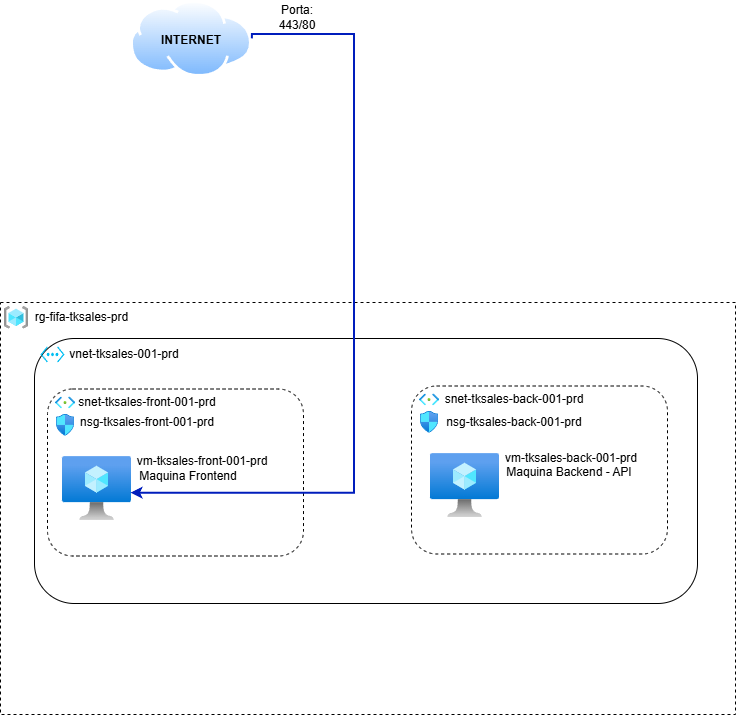
Before: Arquitetura Projeto/Arquitetura Copa do Mundo Azure TFTEC 2026.drawio.png, a diagram exported from draw.io (Passos-Gabriel/Copa-Azure-TFTEC-2026). Source tidied: cells renumbered, new cells last; positions are measured from the earlier drawing's top-left corner, leaving out a move shared by most shapes. The source it was exported from:
```xml
<mxGraphModel>
  <root>
    <mxCell id="0" />
    <mxCell id="1" parent="0" />
    <mxCell id="2" style="rounded=0;whiteSpace=wrap;html=1;dashed=1;fillColor=light-dark(#FFFFFF,transparent);" parent="1" vertex="1">
      <mxGeometry y="302" width="735" height="412" as="geometry" />
    </mxCell>
    <mxCell id="3" style="rounded=1;whiteSpace=wrap;html=1;fillColor=light-dark(#FFFFFF,transparent);" parent="1" vertex="1">
      <mxGeometry x="34" y="338" width="663" height="265" as="geometry" />
    </mxCell>
    <mxCell id="4" style="rounded=1;whiteSpace=wrap;html=1;dashed=1;fillColor=light-dark(#FFFFFF,transparent);" parent="1" vertex="1">
      <mxGeometry x="47" y="388.5" width="256" height="167" as="geometry" />
    </mxCell>
    <mxCell id="5" style="verticalLabelPosition=bottom;html=1;verticalAlign=top;align=center;strokeColor=none;fillColor=#00BEF2;shape=mxgraph.azure.virtual_network;" parent="1" vertex="1">
      <mxGeometry x="40" y="346" width="24" height="16" as="geometry" />
    </mxCell>
    <mxCell id="6" style="image;html=1;align=center;fontSize=12;image=img/lib/azure2/networking/Subnet.svg;" parent="1" vertex="1">
      <mxGeometry x="55" y="396.5" width="20" height="12" as="geometry" />
    </mxCell>
    <mxCell id="7" style="image;html=1;align=center;fontSize=12;image=img/lib/azure2/general/Resource_Groups.svg;" parent="1" vertex="1">
      <mxGeometry x="4" y="306" width="24" height="22.6" as="geometry" />
    </mxCell>
    <mxCell id="8" value="rg-fifa-tksales-prd" style="text;html=1;whiteSpace=wrap;strokeColor=none;fillColor=none;align=center;verticalAlign=middle;rounded=0;" parent="1" vertex="1">
      <mxGeometry x="16" y="311.4" width="131" height="11.7" as="geometry" />
    </mxCell>
    <mxCell id="9" value="vnet-tksales-001-prd" style="text;html=1;whiteSpace=wrap;strokeColor=none;fillColor=none;align=center;verticalAlign=middle;rounded=0;" parent="1" vertex="1">
      <mxGeometry x="52" y="348.5" width="144" height="11" as="geometry" />
    </mxCell>
    <mxCell id="10" value="snet-tksales-front-001-prd" style="text;html=1;whiteSpace=wrap;strokeColor=none;fillColor=none;align=center;verticalAlign=middle;rounded=0;" parent="1" vertex="1">
      <mxGeometry x="75" y="396.5" width="144" height="11" as="geometry" />
    </mxCell>
    <mxCell id="11" style="rounded=1;whiteSpace=wrap;html=1;dashed=1;fillColor=light-dark(#FFFFFF,transparent);" parent="1" vertex="1">
      <mxGeometry x="411" y="385.5" width="256" height="168" as="geometry" />
    </mxCell>
    <mxCell id="12" style="image;html=1;align=center;fontSize=12;image=img/lib/azure2/networking/Subnet.svg;" parent="1" vertex="1">
      <mxGeometry x="419" y="393.5" width="20" height="12" as="geometry" />
    </mxCell>
    <mxCell id="13" value="snet-tksales-back-001-prd" style="text;html=1;whiteSpace=wrap;strokeColor=none;fillColor=none;align=center;verticalAlign=middle;rounded=0;" parent="1" vertex="1">
      <mxGeometry x="442" y="393.5" width="144" height="11" as="geometry" />
    </mxCell>
    <mxCell id="14" style="image;html=1;points=[];align=center;fontSize=12;image=img/lib/azure2/compute/Virtual_Machine.svg;" parent="1" vertex="1">
      <mxGeometry x="62" y="456" width="69" height="64" as="geometry" />
    </mxCell>
    <mxCell id="15" style="image;html=1;align=center;fontSize=12;image=img/lib/azure2/compute/Virtual_Machine.svg;" parent="1" vertex="1">
      <mxGeometry x="430" y="453" width="69" height="64" as="geometry" />
    </mxCell>
    <mxCell id="16" value="vm-tksales-front-001-prd" style="text;html=1;whiteSpace=wrap;strokeColor=none;fillColor=none;align=center;verticalAlign=middle;rounded=0;" parent="1" vertex="1">
      <mxGeometry x="130" y="455" width="144" height="11" as="geometry" />
    </mxCell>
    <mxCell id="17" value="vm-tksales-back-001-prd" style="text;html=1;whiteSpace=wrap;strokeColor=none;fillColor=none;align=center;verticalAlign=middle;rounded=0;" parent="1" vertex="1">
      <mxGeometry x="499" y="453" width="144" height="11" as="geometry" />
    </mxCell>
    <mxCell id="18" value="&lt;font style=&quot;color: light-dark(rgb(0, 0, 0), rgb(255, 217, 102));&quot;&gt;Maquina Frontend&lt;/font&gt;" style="text;html=1;whiteSpace=wrap;strokeColor=none;fillColor=none;align=center;verticalAlign=middle;rounded=0;" parent="1" vertex="1">
      <mxGeometry x="116" y="470" width="144" height="11" as="geometry" />
    </mxCell>
    <mxCell id="19" value="&lt;font style=&quot;&quot;&gt;Maquina Backend - API&lt;/font&gt;" style="text;html=1;whiteSpace=wrap;strokeColor=none;fillColor=none;align=center;verticalAlign=middle;rounded=0;fontColor=light-dark(#000000,#B3FF66);" parent="1" vertex="1">
      <mxGeometry x="497" y="466" width="144" height="11" as="geometry" />
    </mxCell>
    <mxCell id="20" style="image;html=1;align=center;fontSize=12;image=img/lib/azure2/networking/Network_Security_Groups.svg;" parent="1" vertex="1">
      <mxGeometry x="56" y="414" width="18" height="21.9" as="geometry" />
    </mxCell>
    <mxCell id="21" value="nsg-tksales-front-001-prd" style="text;html=1;whiteSpace=wrap;strokeColor=none;fillColor=none;align=center;verticalAlign=middle;rounded=0;fontColor=light-dark(#000000,#FFFFCC);" parent="1" vertex="1">
      <mxGeometry x="75" y="416.4" width="144" height="11" as="geometry" />
    </mxCell>
    <mxCell id="22" value="nsg-tksales-back-001-prd" style="text;html=1;whiteSpace=wrap;strokeColor=none;fillColor=none;align=center;verticalAlign=middle;rounded=0;fontColor=light-dark(#000000,#FFFFCC);" parent="1" vertex="1">
      <mxGeometry x="442" y="416.4" width="144" height="11" as="geometry" />
    </mxCell>
    <mxCell id="23" style="image;html=1;align=center;fontSize=12;image=img/lib/azure2/networking/Network_Security_Groups.svg;" parent="1" vertex="1">
      <mxGeometry x="420" y="411" width="18" height="21.9" as="geometry" />
    </mxCell>
    <mxCell id="24" style="image;perimeter=ellipsePerimeter;html=1;align=center;shadow=0;dashed=0;spacingTop=3;image=img/lib/active_directory/internet_cloud.svg;" parent="1" vertex="1">
      <mxGeometry x="130" width="121.9" height="76.8" as="geometry" />
    </mxCell>
    <mxCell id="25" value="&lt;font style=&quot;color: light-dark(rgb(0, 0, 0), rgb(0, 0, 0));&quot;&gt;INTERNET&lt;/font&gt;" style="text;html=1;whiteSpace=wrap;strokeColor=none;fillColor=none;align=center;verticalAlign=middle;rounded=0;fontStyle=1;" parent="1" vertex="1">
      <mxGeometry x="160.9" y="25" width="60" height="30" as="geometry" />
    </mxCell>
    <mxCell id="26" style="edgeStyle=orthogonalEdgeStyle;rounded=0;jettySize=auto;html=1;exitX=1;exitY=0.5;exitDx=0;exitDy=0;entryX=0.993;entryY=0.573;entryDx=0;entryDy=0;entryPerimeter=0;fillColor=#0050ef;strokeColor=light-dark(#001DBC,#66B2FF);strokeWidth=2;" parent="1" edge="1" source="24" target="14">
      <mxGeometry relative="1" as="geometry">
        <Array as="points">
          <mxPoint x="354" y="34" />
          <mxPoint x="354" y="493" />
        </Array>
      </mxGeometry>
    </mxCell>
    <mxCell id="27" value="Porta: 443/80" style="text;html=1;whiteSpace=wrap;strokeColor=none;fillColor=none;align=center;verticalAlign=middle;rounded=0;" parent="1" vertex="1">
      <mxGeometry x="267" y="2" width="60" height="30" as="geometry" />
    </mxCell>
  </root>
</mxGraphModel>
```
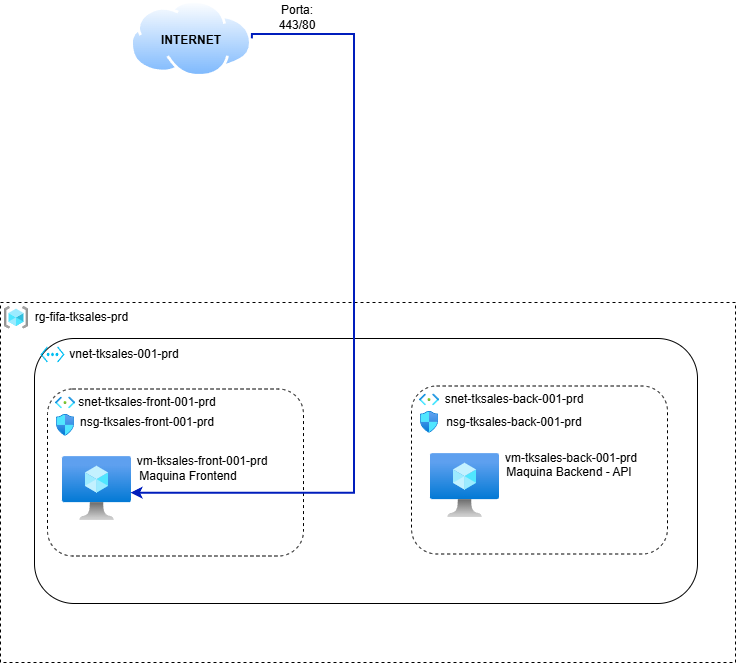
Later version of the same file.

The edit, as a diff of the source:
```diff
@@ -2,8 +2,8 @@
   <root>
     <mxCell id="0" />
     <mxCell id="1" parent="0" />
-    <mxCell id="2" style="rounded=0;whiteSpace=wrap;html=1;dashed=1;fillColor=light-dark(#FFFFFF,transparent);" parent="1" vertex="1">
-      <mxGeometry y="302" width="735" height="412" as="geometry" />
+    <mxCell id="2" style="rounded=0;whiteSpace=wrap;html=1;dashed=1;fillColor=none;" parent="1" vertex="1">
+      <mxGeometry y="302" width="735" height="360" as="geometry" />
     </mxCell>
     <mxCell id="3" style="rounded=1;whiteSpace=wrap;html=1;fillColor=light-dark(#FFFFFF,transparent);" parent="1" vertex="1">
       <mxGeometry x="34" y="338" width="663" height="265" as="geometry" />
```
